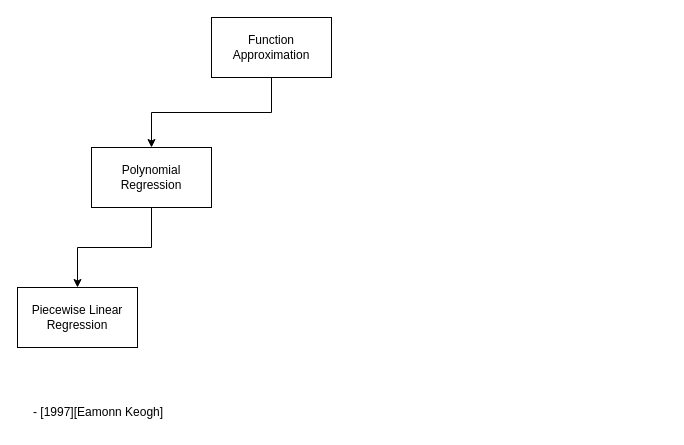
tuankiet-sudo/Scientific-Research-References keeps this draw.io diagram as Data Streaming Compression/Compress_data_stream.drawio. Above is the earlier version. Source tidied: cells renumbered, new cells numbered last; positions are measured from the earlier drawing's top-left corner, leaving out a move shared by most shapes. Both pictures are drawn from the tidied source at 100%, with x=0, y=0 at pixel (17, 17).
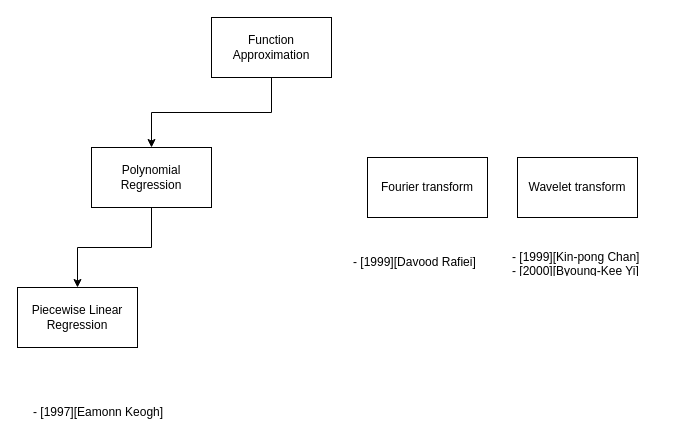
The same diagram, later.

Commit message:
Cập nhật Compress_data_stream.drawio

The edit, as a diff of the source:
```diff
@@
 <mxGraphModel>
   <root>
     <mxCell id="0" />
     <mxCell id="1" parent="0" />
     <mxCell id="2" style="edgeStyle=orthogonalEdgeStyle;rounded=0;jettySize=auto;html=1;entryX=0.5;entryY=0;entryDx=0;entryDy=0;" parent="1" edge="1" source="3" target="5">
       <mxGeometry relative="1" as="geometry" />
     </mxCell>
     <mxCell id="3" value="Function Approximation" style="rounded=0;whiteSpace=wrap;html=1;" parent="1" vertex="1">
       <mxGeometry x="194" width="120" height="60" as="geometry" />
     </mxCell>
     <mxCell id="4" style="edgeStyle=orthogonalEdgeStyle;rounded=0;jettySize=auto;html=1;" parent="1" edge="1" source="5" target="6">
       <mxGeometry relative="1" as="geometry" />
     </mxCell>
     <mxCell id="5" value="Polynomial&lt;div&gt;Regression&lt;/div&gt;" style="rounded=0;whiteSpace=wrap;html=1;" parent="1" vertex="1">
       <mxGeometry x="74" y="130" width="120" height="60" as="geometry" />
     </mxCell>
     <mxCell id="6" value="Piecewise Linear Regression" style="rounded=0;whiteSpace=wrap;html=1;" parent="1" vertex="1">
       <mxGeometry y="270" width="120" height="60" as="geometry" />
     </mxCell>
     <mxCell id="7" value="-&amp;nbsp;&lt;span style=&quot;background-color: initial;&quot;&gt;[1997][Eamonn Keogh]&lt;/span&gt;" style="text;strokeColor=none;fillColor=none;align=left;verticalAlign=middle;spacingLeft=4;spacingRight=4;overflow=hidden;whiteSpace=wrap;html=1;" parent="1" vertex="1">
       <mxGeometry x="10" y="380" width="160" height="30" as="geometry" />
     </mxCell>
+    <mxCell id="8" value="Fourier transform" style="rounded=0;whiteSpace=wrap;html=1;" parent="1" vertex="1">
+      <mxGeometry x="350" y="140" width="120" height="60" as="geometry" />
+    </mxCell>
+    <mxCell id="9" value="-&amp;nbsp;&lt;span style=&quot;background-color: initial;&quot;&gt;[1999][Davood Rafiei]&lt;/span&gt;" style="text;strokeColor=none;fillColor=none;align=left;verticalAlign=middle;spacingLeft=4;spacingRight=4;overflow=hidden;whiteSpace=wrap;html=1;" parent="1" vertex="1">
+      <mxGeometry x="330" y="230" width="160" height="30" as="geometry" />
+    </mxCell>
+    <mxCell id="10" value="Wavelet&lt;span style=&quot;background-color: initial;&quot;&gt;&amp;nbsp;transform&lt;/span&gt;" style="rounded=0;whiteSpace=wrap;html=1;" parent="1" vertex="1">
+      <mxGeometry x="500" y="140" width="120" height="60" as="geometry" />
+    </mxCell>
+    <mxCell id="11" value="-&amp;nbsp;&lt;span style=&quot;background-color: initial;&quot;&gt;[1999][Kin-pong Chan]&lt;/span&gt;&lt;div&gt;&lt;span style=&quot;background-color: initial;&quot;&gt;- [2000][Byoung-Kee Yi]&lt;/span&gt;&lt;/div&gt;" style="text;strokeColor=none;fillColor=none;align=left;verticalAlign=middle;spacingLeft=4;spacingRight=4;overflow=hidden;whiteSpace=wrap;html=1;" parent="1" vertex="1">
+      <mxGeometry x="489" y="230" width="160" height="30" as="geometry" />
+    </mxCell>
   </root>
 </mxGraphModel>
```
